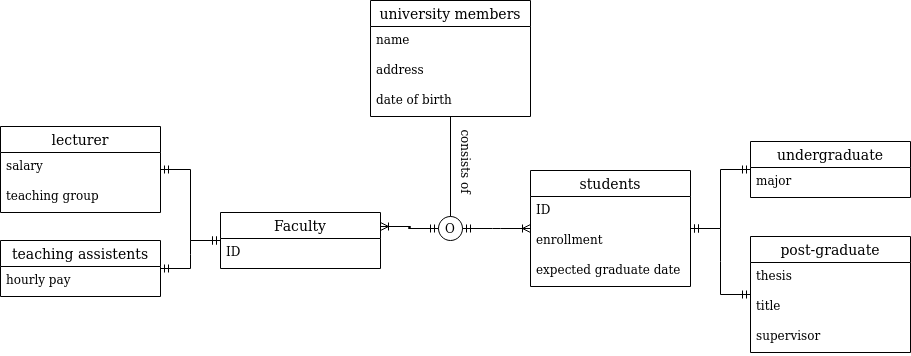
Above: Ass2.drawio.png in Tony363/DBMS-TKU (draw.io), before the change. Source tidied: cells renumbered, new cells last; positions are measured from the earlier drawing's top-left corner, leaving out a move shared by most shapes.
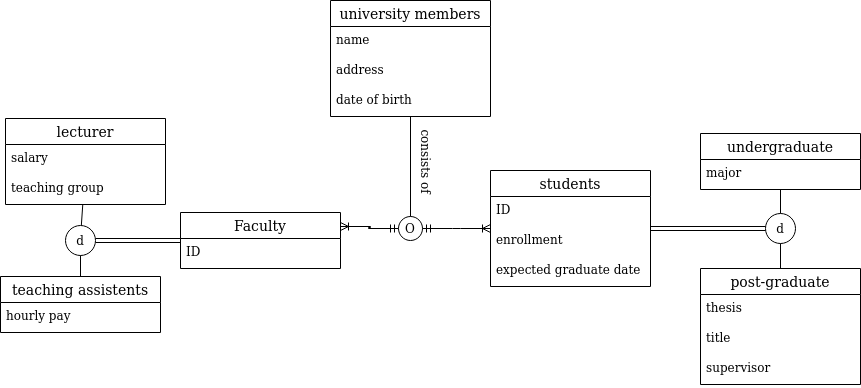
After the commit.

The edit, as a diff of the source:
```diff
@@ -42,13 +42,13 @@
       <mxGeometry x="420" y="146" width="80" height="30" as="geometry" />
     </mxCell>
     <mxCell id="15" value="undergraduate" style="swimlane;fontStyle=0;horizontal=1;startSize=26;align=center;fontSize=14;" parent="1" vertex="1">
-      <mxGeometry x="750" y="141" width="160" height="56" as="geometry" />
+      <mxGeometry x="740" y="133" width="160" height="56" as="geometry" />
     </mxCell>
     <mxCell id="16" value="major" style="text;strokeColor=none;fillColor=none;spacingLeft=4;spacingRight=4;overflow=hidden;fontSize=12;" parent="15" vertex="1">
       <mxGeometry y="26" width="160" height="30" as="geometry" />
     </mxCell>
     <mxCell id="17" value="post-graduate" style="swimlane;fontStyle=0;horizontal=1;startSize=26;align=center;fontSize=14;" parent="1" vertex="1">
-      <mxGeometry x="750" y="236" width="160" height="116" as="geometry" />
+      <mxGeometry x="740" y="268" width="160" height="116" as="geometry" />
     </mxCell>
     <mxCell id="18" value="thesis&#10;" style="text;strokeColor=none;fillColor=none;spacingLeft=4;spacingRight=4;overflow=hidden;fontSize=12;" parent="17" vertex="1">
       <mxGeometry y="26" width="160" height="30" as="geometry" />
@@ -60,7 +60,7 @@
       <mxGeometry y="86" width="160" height="30" as="geometry" />
     </mxCell>
     <mxCell id="21" value="lecturer" style="swimlane;fontStyle=0;horizontal=1;startSize=26;align=center;fontSize=14;" parent="1" vertex="1">
-      <mxGeometry y="126" width="160" height="86" as="geometry" />
+      <mxGeometry x="45" y="118" width="160" height="86" as="geometry" />
     </mxCell>
     <mxCell id="22" value="salary" style="text;strokeColor=none;fillColor=none;spacingLeft=4;spacingRight=4;overflow=hidden;fontSize=12;" parent="21" vertex="1">
       <mxGeometry y="26" width="160" height="30" as="geometry" />
@@ -69,28 +69,40 @@
       <mxGeometry y="56" width="160" height="30" as="geometry" />
     </mxCell>
     <mxCell id="24" value="teaching assistents" style="swimlane;fontStyle=0;horizontal=1;startSize=26;align=center;fontSize=14;" parent="1" vertex="1">
-      <mxGeometry y="240" width="160" height="56" as="geometry" />
+      <mxGeometry x="40" y="276" width="160" height="56" as="geometry" />
     </mxCell>
     <mxCell id="25" value="hourly pay" style="text;strokeColor=none;fillColor=none;spacingLeft=4;spacingRight=4;overflow=hidden;fontSize=12;" parent="24" vertex="1">
       <mxGeometry y="26" width="160" height="30" as="geometry" />
     </mxCell>
-    <mxCell id="26" style="edgeStyle=entityRelationEdgeStyle;fontSize=12;html=1;endArrow=ERmandOne;startArrow=ERmandOne;rounded=0;" parent="1" edge="1" source="8" target="17">
-      <mxGeometry relative="1" as="geometry" />
-    </mxCell>
-    <mxCell id="27" style="edgeStyle=entityRelationEdgeStyle;fontSize=12;html=1;endArrow=ERmandOne;startArrow=ERmandOne;rounded=0;" parent="1" edge="1" source="8" target="15">
-      <mxGeometry relative="1" as="geometry" />
-    </mxCell>
-    <mxCell id="28" style="edgeStyle=entityRelationEdgeStyle;fontSize=12;html=1;endArrow=ERmandOne;startArrow=ERmandOne;rounded=0;" parent="1" edge="1" source="24" target="6">
-      <mxGeometry relative="1" as="geometry" />
-    </mxCell>
-    <mxCell id="29" style="edgeStyle=entityRelationEdgeStyle;fontSize=12;html=1;endArrow=ERmandOne;startArrow=ERmandOne;rounded=0;" parent="1" edge="1" source="21" target="6">
-      <mxGeometry relative="1" as="geometry" />
-    </mxCell>
     <mxCell id="30" style="edgeStyle=entityRelationEdgeStyle;fontSize=12;html=1;endArrow=ERoneToMany;startArrow=ERmandOne;rounded=0;exitX=1;exitY=0.5;exitDx=0;exitDy=0;" parent="1" edge="1" source="12" target="8">
       <mxGeometry relative="1" as="geometry" />
     </mxCell>
     <mxCell id="31" style="edgeStyle=entityRelationEdgeStyle;fontSize=12;html=1;endArrow=ERoneToMany;startArrow=ERmandOne;rounded=0;exitX=0;exitY=0.5;exitDx=0;exitDy=0;entryX=1;entryY=0.25;entryDx=0;entryDy=0;" parent="1" edge="1" source="12" target="6">
       <mxGeometry relative="1" as="geometry" />
     </mxCell>
+    <mxCell id="32" value="d" style="ellipse;whiteSpace=wrap;html=1;" parent="1" vertex="1">
+      <mxGeometry x="805" y="213" width="30" height="30" as="geometry" />
+    </mxCell>
+    <mxCell id="33" style="shape=link;html=1;rounded=0;entryX=0;entryY=0.5;entryDx=0;entryDy=0;" parent="1" edge="1" source="8" target="32">
+      <mxGeometry relative="1" as="geometry" />
+    </mxCell>
+    <mxCell id="34" style="endArrow=none;html=1;rounded=0;entryX=0.5;entryY=1;entryDx=0;entryDy=0;" parent="1" edge="1" source="17" target="32">
+      <mxGeometry relative="1" as="geometry" />
+    </mxCell>
+    <mxCell id="35" style="endArrow=none;html=1;rounded=0;exitX=0.5;exitY=0;exitDx=0;exitDy=0;" parent="1" edge="1" source="32" target="15">
+      <mxGeometry relative="1" as="geometry" />
+    </mxCell>
+    <mxCell id="36" style="shape=link;html=1;rounded=0;" parent="1" edge="1" source="37" target="6">
+      <mxGeometry relative="1" as="geometry" />
+    </mxCell>
+    <mxCell id="37" value="d" style="ellipse;whiteSpace=wrap;html=1;" parent="1" vertex="1">
+      <mxGeometry x="105" y="225" width="30" height="30" as="geometry" />
+    </mxCell>
+    <mxCell id="38" style="endArrow=none;html=1;rounded=0;" parent="1" edge="1" source="37" target="21">
+      <mxGeometry relative="1" as="geometry" />
+    </mxCell>
+    <mxCell id="39" style="endArrow=none;html=1;rounded=0;" parent="1" edge="1" source="24" target="37">
+      <mxGeometry relative="1" as="geometry" />
+    </mxCell>
   </root>
 </mxGraphModel>
```
